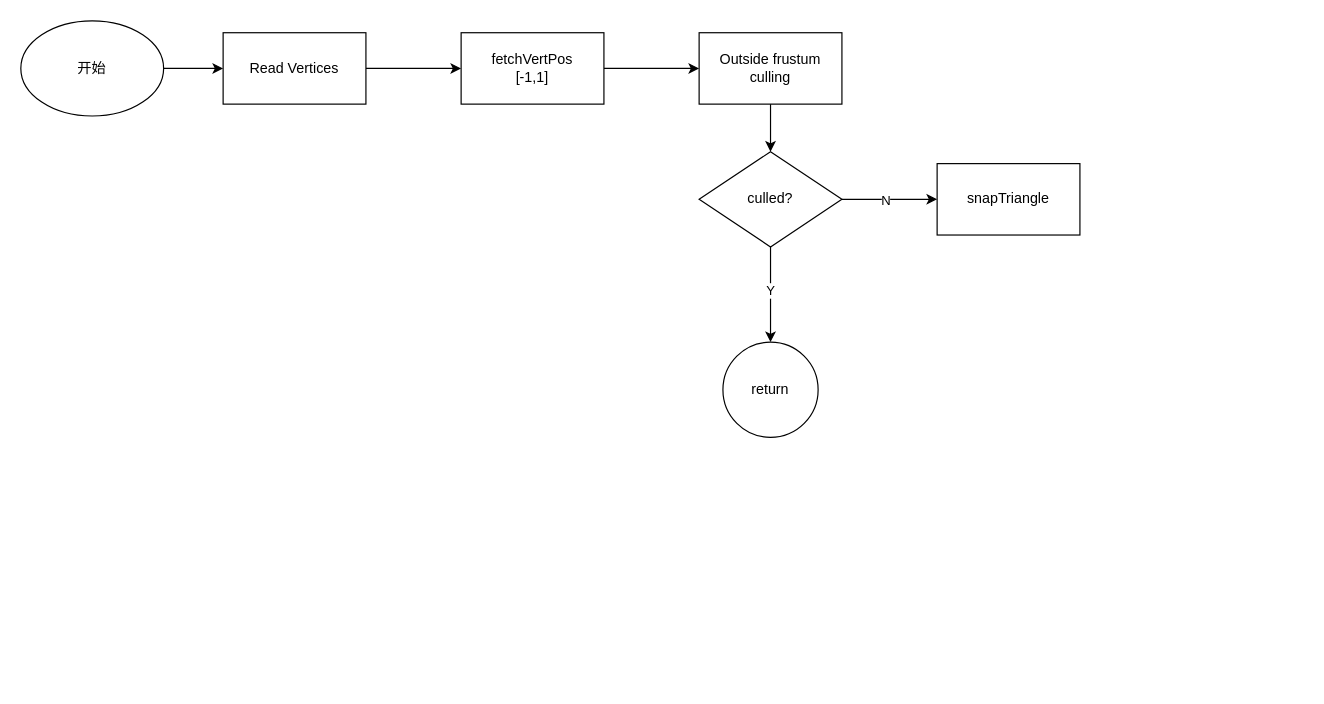
The draw.io diagram TriangleSetup.drawio in spaceboy202105/img, before the edit. Source tidied: cells renumbered, new cells numbered last; positions are measured from the earlier drawing's top-left corner, leaving out a move shared by most shapes. Both pictures are drawn from the tidied source at 119%, with x=0, y=0 at pixel (20, 20).
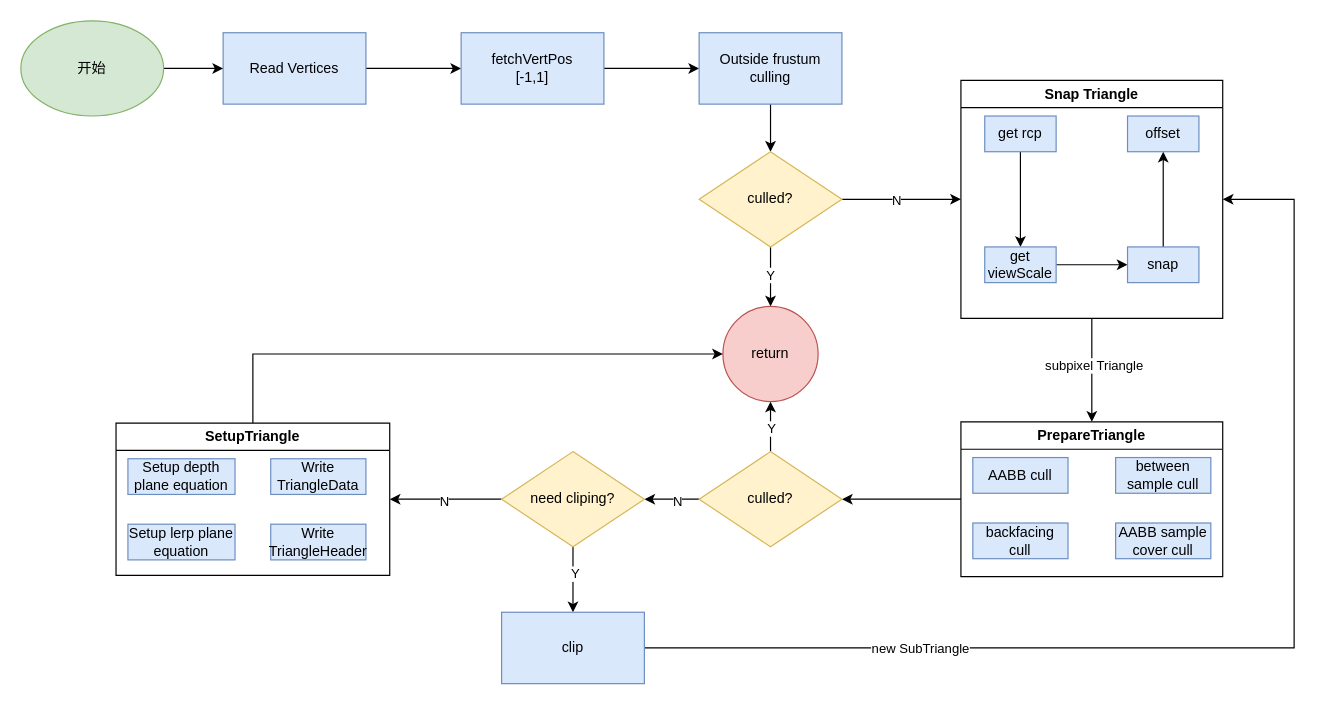
The same diagram, later.

The edit, as a diff of the source:
```diff
@@
-    <mxCell id="3" value="Read Vertices" style="rounded=0;whiteSpace=wrap;html=1;" parent="1" vertex="1">
+    <mxCell id="3" value="Read Vertices" style="rounded=0;whiteSpace=wrap;html=1;fillColor=#dae8fc;strokeColor=#6c8ebf;" parent="1" vertex="1">
       <mxGeometry x="170" y="10" width="120" height="60" as="geometry" />
     </mxCell>
@@
-    <mxCell id="5" value="开始" style="ellipse;whiteSpace=wrap;html=1;" parent="1" vertex="1">
+    <mxCell id="5" value="开始" style="ellipse;whiteSpace=wrap;html=1;fillColor=#d5e8d4;strokeColor=#82b366;" parent="1" vertex="1">
       <mxGeometry width="120" height="80" as="geometry" />
     </mxCell>
@@
-    <mxCell id="7" value="&lt;div&gt;&lt;span style=&quot;background-color: initial;&quot;&gt;fetchVertPos&lt;/span&gt;&lt;br&gt;&lt;/div&gt;&lt;div&gt;[-1,1]&lt;/div&gt;" style="rounded=0;whiteSpace=wrap;html=1;" parent="1" vertex="1">
+    <mxCell id="7" value="&lt;div&gt;&lt;span style=&quot;background-color: initial;&quot;&gt;fetchVertPos&lt;/span&gt;&lt;br&gt;&lt;/div&gt;&lt;div&gt;[-1,1]&lt;/div&gt;" style="rounded=0;whiteSpace=wrap;html=1;fillColor=#dae8fc;strokeColor=#6c8ebf;" parent="1" vertex="1">
       <mxGeometry x="370" y="10" width="120" height="60" as="geometry" />
     </mxCell>
@@
-    <mxCell id="9" value="Outside frustum culling" style="rounded=0;whiteSpace=wrap;html=1;" parent="1" vertex="1">
+    <mxCell id="9" value="Outside frustum culling" style="rounded=0;whiteSpace=wrap;html=1;fillColor=#dae8fc;strokeColor=#6c8ebf;" parent="1" vertex="1">
       <mxGeometry x="570" y="10" width="120" height="60" as="geometry" />
     </mxCell>
@@
-    <mxCell id="12" style="edgeStyle=orthogonalEdgeStyle;rounded=0;jettySize=auto;html=1;" parent="1" edge="1" source="14" target="16">
+    <mxCell id="12" style="edgeStyle=orthogonalEdgeStyle;rounded=0;jettySize=auto;html=1;entryX=0;entryY=0.5;entryDx=0;entryDy=0;" parent="1" edge="1" source="14" target="19">
       <mxGeometry relative="1" as="geometry" />
     </mxCell>
@@
-    <mxCell id="14" value="culled?" style="rhombus;whiteSpace=wrap;html=1;" parent="1" vertex="1">
+    <mxCell id="14" value="culled?" style="rhombus;whiteSpace=wrap;html=1;fillColor=#fff2cc;strokeColor=#d6b656;" parent="1" vertex="1">
       <mxGeometry x="570" y="110" width="120" height="80" as="geometry" />
     </mxCell>
-    <mxCell id="15" value="return" style="ellipse;whiteSpace=wrap;html=1;" parent="1" vertex="1">
-      <mxGeometry x="590" y="270" width="80" height="80" as="geometry" />
+    <mxCell id="15" value="return" style="ellipse;whiteSpace=wrap;html=1;fillColor=#f8cecc;strokeColor=#b85450;" parent="1" vertex="1">
+      <mxGeometry x="590" y="240" width="80" height="80" as="geometry" />
     </mxCell>
+    <mxCell id="17" style="edgeStyle=orthogonalEdgeStyle;rounded=0;jettySize=auto;html=1;exitX=0.5;exitY=1;exitDx=0;exitDy=0;entryX=0.5;entryY=0;entryDx=0;entryDy=0;" parent="1" edge="1" source="19" target="27">
+      <mxGeometry relative="1" as="geometry" />
+    </mxCell>
+    <mxCell id="18" value="subpixel Triangle" style="edgeLabel;html=1;align=center;verticalAlign=middle;" parent="17" vertex="1">
+      <mxGeometry x="-0.11" y="1" relative="1" as="geometry" />
+    </mxCell>
+    <mxCell id="19" value="Snap Triangle" style="swimlane;whiteSpace=wrap;html=1;" parent="1" vertex="1">
+      <mxGeometry x="790" y="50" width="220" height="200" as="geometry" />
+    </mxCell>
+    <mxCell id="20" style="edgeStyle=orthogonalEdgeStyle;rounded=0;jettySize=auto;html=1;" parent="19" edge="1" source="16" target="22">
+      <mxGeometry relative="1" as="geometry" />
+    </mxCell>
-    <mxCell id="16" value="snapTriangle" style="whiteSpace=wrap;html=1;" parent="1" vertex="1">
-      <mxGeometry x="770" y="120" width="120" height="60" as="geometry" />
+    <mxCell id="16" value="get rcp" style="whiteSpace=wrap;html=1;fillColor=#dae8fc;strokeColor=#6c8ebf;" parent="19" vertex="1">
+      <mxGeometry x="20" y="30" width="60" height="30" as="geometry" />
     </mxCell>
+    <mxCell id="21" style="edgeStyle=orthogonalEdgeStyle;rounded=0;jettySize=auto;html=1;" parent="19" edge="1" source="22" target="24">
+      <mxGeometry relative="1" as="geometry" />
+    </mxCell>
+    <mxCell id="22" value="get viewScale" style="whiteSpace=wrap;html=1;fillColor=#dae8fc;strokeColor=#6c8ebf;" parent="19" vertex="1">
+      <mxGeometry x="20" y="140" width="60" height="30" as="geometry" />
+    </mxCell>
+    <mxCell id="23" style="edgeStyle=orthogonalEdgeStyle;rounded=0;jettySize=auto;html=1;" parent="19" edge="1" source="24" target="25">
+      <mxGeometry relative="1" as="geometry" />
+    </mxCell>
+    <mxCell id="24" value="snap" style="whiteSpace=wrap;html=1;fillColor=#dae8fc;strokeColor=#6c8ebf;" parent="19" vertex="1">
+      <mxGeometry x="140" y="140" width="60" height="30" as="geometry" />
+    </mxCell>
+    <mxCell id="25" value="offset" style="whiteSpace=wrap;html=1;fillColor=#dae8fc;strokeColor=#6c8ebf;" parent="19" vertex="1">
+      <mxGeometry x="140" y="30" width="60" height="30" as="geometry" />
+    </mxCell>
+    <mxCell id="26" style="edgeStyle=orthogonalEdgeStyle;rounded=0;jettySize=auto;html=1;" parent="1" edge="1" source="27" target="42">
+      <mxGeometry relative="1" as="geometry" />
+    </mxCell>
+    <mxCell id="27" value="PrepareTriangle" style="swimlane;whiteSpace=wrap;html=1;" parent="1" vertex="1">
+      <mxGeometry x="790" y="337" width="220" height="130" as="geometry" />
+    </mxCell>
+    <mxCell id="28" value="AABB cull" style="whiteSpace=wrap;html=1;fillColor=#dae8fc;strokeColor=#6c8ebf;" parent="27" vertex="1">
+      <mxGeometry x="10" y="30" width="80" height="30" as="geometry" />
+    </mxCell>
+    <mxCell id="29" value="backfacing&lt;div&gt;cull&lt;/div&gt;" style="whiteSpace=wrap;html=1;fillColor=#dae8fc;strokeColor=#6c8ebf;" parent="27" vertex="1">
+      <mxGeometry x="10" y="85" width="80" height="30" as="geometry" />
+    </mxCell>
+    <mxCell id="30" value="AABB sample cover cull" style="whiteSpace=wrap;html=1;fillColor=#dae8fc;strokeColor=#6c8ebf;" parent="27" vertex="1">
+      <mxGeometry x="130" y="85" width="80" height="30" as="geometry" />
+    </mxCell>
+    <mxCell id="31" value="between sample cull" style="whiteSpace=wrap;html=1;fillColor=#dae8fc;strokeColor=#6c8ebf;" parent="27" vertex="1">
+      <mxGeometry x="130" y="30" width="80" height="30" as="geometry" />
+    </mxCell>
+    <mxCell id="32" style="edgeStyle=orthogonalEdgeStyle;rounded=0;jettySize=auto;html=1;exitX=0.5;exitY=0;exitDx=0;exitDy=0;entryX=0;entryY=0.5;entryDx=0;entryDy=0;" parent="1" edge="1" source="33" target="15">
+      <mxGeometry relative="1" as="geometry" />
+    </mxCell>
+    <mxCell id="33" value="SetupTriangle" style="swimlane;whiteSpace=wrap;html=1;" parent="1" vertex="1">
+      <mxGeometry x="80" y="338" width="230" height="128" as="geometry" />
+    </mxCell>
+    <mxCell id="34" value="Setup depth plane equation" style="whiteSpace=wrap;html=1;fillColor=#dae8fc;strokeColor=#6c8ebf;" parent="33" vertex="1">
+      <mxGeometry x="10" y="30" width="90" height="30" as="geometry" />
+    </mxCell>
+    <mxCell id="35" value="Setup lerp plane equation" style="whiteSpace=wrap;html=1;fillColor=#dae8fc;strokeColor=#6c8ebf;" parent="33" vertex="1">
+      <mxGeometry x="10" y="85" width="90" height="30" as="geometry" />
+    </mxCell>
+    <mxCell id="36" value="Write TriangleHeader" style="whiteSpace=wrap;html=1;fillColor=#dae8fc;strokeColor=#6c8ebf;" parent="33" vertex="1">
+      <mxGeometry x="130" y="85" width="80" height="30" as="geometry" />
+    </mxCell>
+    <mxCell id="37" value="Write TriangleData" style="whiteSpace=wrap;html=1;fillColor=#dae8fc;strokeColor=#6c8ebf;" parent="33" vertex="1">
+      <mxGeometry x="130" y="30" width="80" height="30" as="geometry" />
+    </mxCell>
+    <mxCell id="38" style="edgeStyle=orthogonalEdgeStyle;rounded=0;jettySize=auto;html=1;entryX=0.5;entryY=1;entryDx=0;entryDy=0;" parent="1" edge="1" source="42" target="15">
+      <mxGeometry relative="1" as="geometry" />
+    </mxCell>
+    <mxCell id="39" value="Y" style="edgeLabel;html=1;align=center;verticalAlign=middle;" parent="38" vertex="1">
+      <mxGeometry x="0.06" y="1" relative="1" as="geometry">
+        <mxPoint x="1" y="2" as="offset" />
+      </mxGeometry>
+    </mxCell>
+    <mxCell id="40" style="edgeStyle=orthogonalEdgeStyle;rounded=0;jettySize=auto;html=1;" parent="1" edge="1" source="42" target="47">
+      <mxGeometry relative="1" as="geometry" />
+    </mxCell>
+    <mxCell id="41" value="N" style="edgeLabel;html=1;align=center;verticalAlign=middle;" parent="40" vertex="1">
+      <mxGeometry x="-0.18" y="1" relative="1" as="geometry" />
+    </mxCell>
+    <mxCell id="42" value="culled?" style="rhombus;whiteSpace=wrap;html=1;fillColor=#fff2cc;strokeColor=#d6b656;" parent="1" vertex="1">
+      <mxGeometry x="570" y="362" width="120" height="80" as="geometry" />
+    </mxCell>
+    <mxCell id="43" style="edgeStyle=orthogonalEdgeStyle;rounded=0;jettySize=auto;html=1;" parent="1" edge="1" source="47" target="50">
+      <mxGeometry relative="1" as="geometry" />
+    </mxCell>
+    <mxCell id="44" value="Y" style="edgeLabel;html=1;align=center;verticalAlign=middle;" parent="43" vertex="1">
+      <mxGeometry x="-0.21" y="1" relative="1" as="geometry" />
+    </mxCell>
+    <mxCell id="45" style="edgeStyle=orthogonalEdgeStyle;rounded=0;jettySize=auto;html=1;exitX=0;exitY=0.5;exitDx=0;exitDy=0;entryX=1;entryY=0.5;entryDx=0;entryDy=0;" parent="1" edge="1" source="47" target="33">
+      <mxGeometry relative="1" as="geometry" />
+    </mxCell>
+    <mxCell id="46" value="N" style="edgeLabel;html=1;align=center;verticalAlign=middle;" parent="45" vertex="1">
+      <mxGeometry x="0.04" y="1" relative="1" as="geometry" />
+    </mxCell>
+    <mxCell id="47" value="need cliping?" style="rhombus;whiteSpace=wrap;html=1;fillColor=#fff2cc;strokeColor=#d6b656;" parent="1" vertex="1">
+      <mxGeometry x="404" y="362" width="120" height="80" as="geometry" />
+    </mxCell>
+    <mxCell id="48" style="edgeStyle=orthogonalEdgeStyle;rounded=0;jettySize=auto;html=1;entryX=1;entryY=0.5;entryDx=0;entryDy=0;" parent="1" edge="1" source="50" target="19">
+      <mxGeometry relative="1" as="geometry">
+        <Array as="points">
+          <mxPoint x="1070" y="527" />
+          <mxPoint x="1070" y="150" />
+        </Array>
+      </mxGeometry>
+    </mxCell>
+    <mxCell id="49" value="new SubTriangle" style="edgeLabel;html=1;align=center;verticalAlign=middle;" parent="48" vertex="1">
+      <mxGeometry x="-0.53" relative="1" as="geometry" />
+    </mxCell>
+    <mxCell id="50" value="clip" style="whiteSpace=wrap;html=1;fillColor=#dae8fc;strokeColor=#6c8ebf;" parent="1" vertex="1">
+      <mxGeometry x="404" y="497" width="120" height="60" as="geometry" />
+    </mxCell>
```
